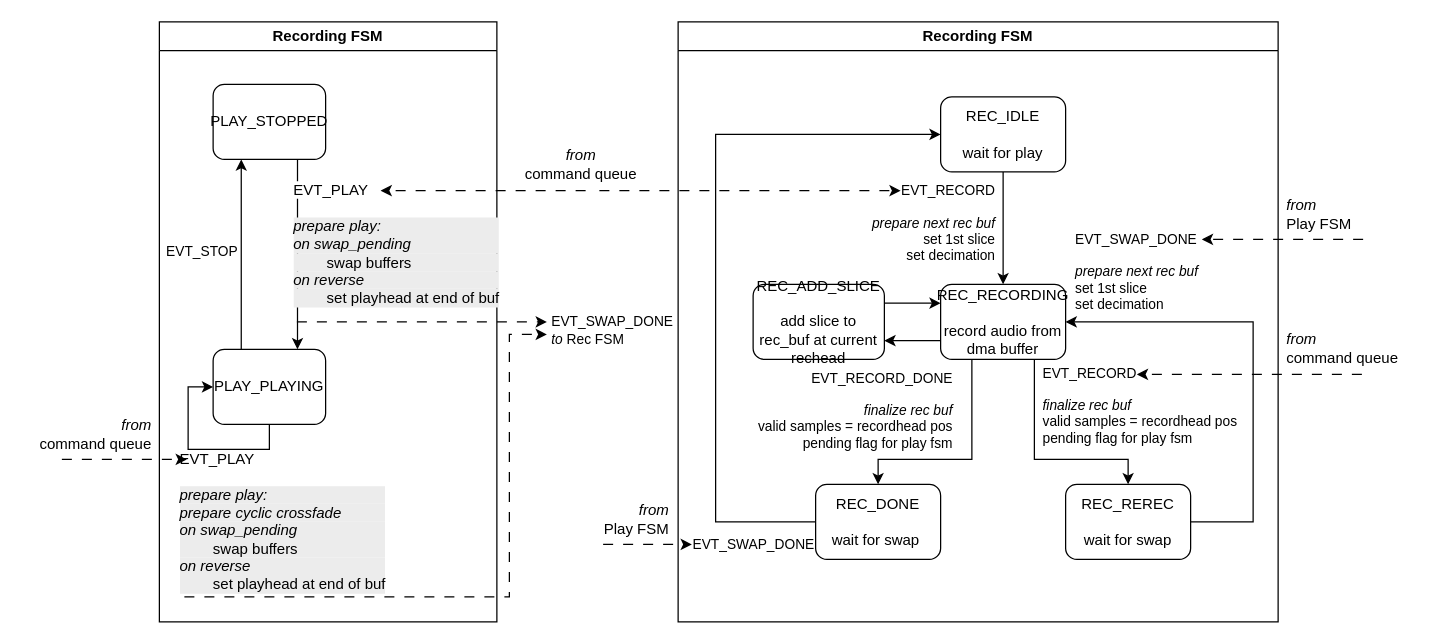
95lux/aware01 keeps this draw.io diagram as docs/ba/diagrams/tape_player_fsm.drawio. Above is the earlier version. Source tidied: cells renumbered, new cells numbered last; positions are measured from the earlier drawing's top-left corner, leaving out a move shared by most shapes. Both pictures are drawn from the tidied source at 125%, with x=0, y=0 at pixel (21, 21).
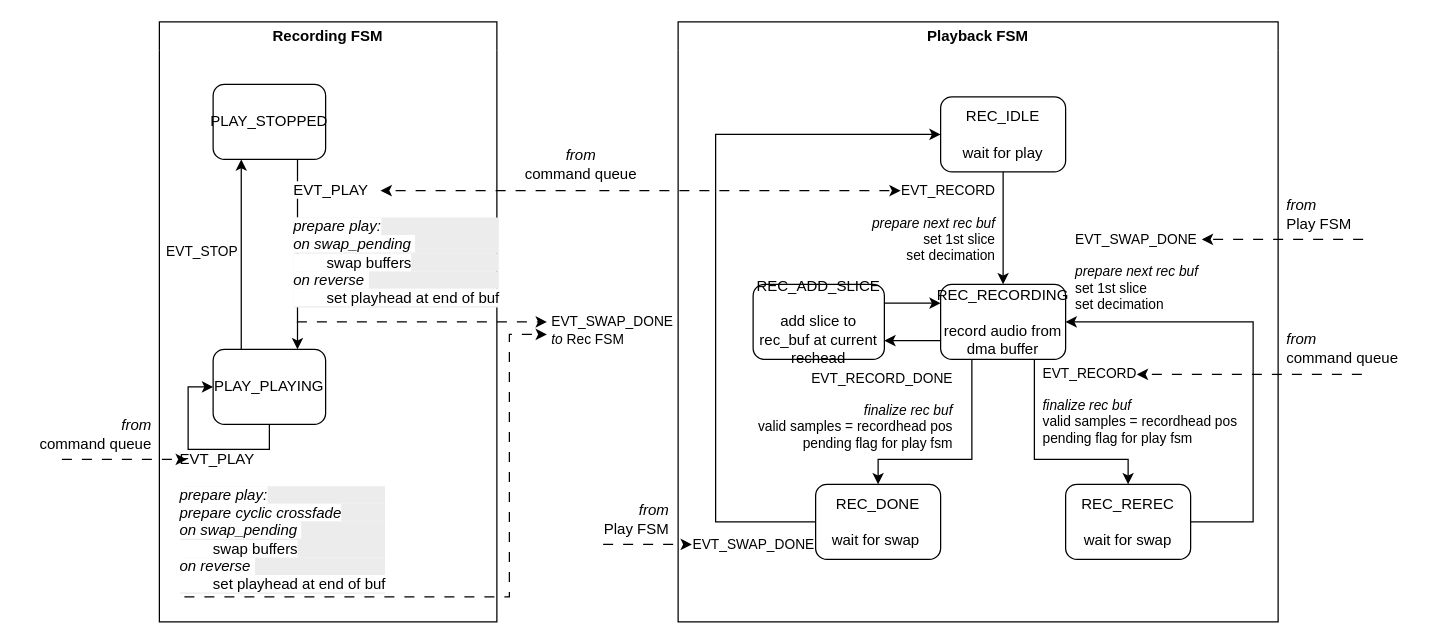
The same diagram, later.

What changed in the source:
```diff
@@
-    <mxCell id="21" value="Recording FSM" style="swimlane;whiteSpace=wrap;html=1;fontFamily=Latin Modern;" parent="1" vertex="1">
+    <mxCell id="21" value="Recording FSM" style="swimlane;whiteSpace=wrap;html=1;fontFamily=Latin Modern;swimlaneLine=0;" parent="1" vertex="1">
       <mxGeometry x="110" width="270" height="480" as="geometry" />
     </mxCell>
@@
-    <mxCell id="31" value="&lt;div style=&quot;text-align: left;&quot;&gt;&lt;span style=&quot;background-color: rgb(255, 255, 255); color: light-dark(rgb(0, 0, 0), rgb(255, 255, 255));&quot;&gt;EVT_PLAY&lt;/span&gt;&lt;/div&gt;&lt;div style=&quot;text-align: left;&quot;&gt;&lt;br&gt;&lt;/div&gt;&lt;div&gt;&lt;div style=&quot;text-align: left; background-color: rgb(236, 236, 236);&quot;&gt;&lt;i&gt;prepare play:&lt;/i&gt;&lt;/div&gt;&lt;div style=&quot;text-align: left; background-color: rgb(236, 236, 236);&quot;&gt;&lt;i&gt;on swap_pending&amp;nbsp;&lt;/i&gt;&lt;/div&gt;&lt;div style=&quot;text-align: left; background-color: rgb(236, 236, 236);&quot;&gt;&lt;span style=&quot;background-color: transparent; color: light-dark(rgb(0, 0, 0), rgb(255, 255, 255));&quot;&gt;&lt;span style=&quot;white-space: pre;&quot;&gt;&#9;&lt;/span&gt;swap buffers&lt;/span&gt;&lt;/div&gt;&lt;div style=&quot;text-align: left; background-color: rgb(236, 236, 236);&quot;&gt;&lt;span style=&quot;background-color: transparent; color: light-dark(rgb(0, 0, 0), rgb(255, 255, 255));&quot;&gt;&lt;i&gt;on reverse&amp;nbsp;&lt;/i&gt;&lt;/span&gt;&lt;/div&gt;&lt;div style=&quot;text-align: left; background-color: rgb(236, 236, 236);&quot;&gt;&lt;span style=&quot;background-color: transparent; color: light-dark(rgb(0, 0, 0), rgb(255, 255, 255));&quot;&gt;&lt;span style=&quot;white-space: pre;&quot;&gt;&#9;&lt;/span&gt;set playhead at end of buf&lt;/span&gt;&lt;/div&gt;&lt;/div&gt;&lt;div&gt;&lt;span style=&quot;background-color: transparent; color: light-dark(rgb(0, 0, 0), rgb(255, 255, 255));&quot;&gt;&lt;br&gt;&lt;/span&gt;&lt;/div&gt;" style="rounded=0;whiteSpace=wrap;html=1;fillColor=none;strokeColor=none;fontFamily=Latin Modern;" parent="21" vertex="1">
+    <mxCell id="31" value="&lt;div style=&quot;text-align: left;&quot;&gt;&lt;span style=&quot;color: light-dark(rgb(0, 0, 0), rgb(255, 255, 255)); background-color: light-dark(#ffffff, var(--ge-dark-color, #121212));&quot;&gt;EVT_PLAY&lt;/span&gt;&lt;/div&gt;&lt;div style=&quot;text-align: left;&quot;&gt;&lt;span style=&quot;background-color: light-dark(#ffffff, var(--ge-dark-color, #121212));&quot;&gt;&lt;br&gt;&lt;/span&gt;&lt;/div&gt;&lt;div&gt;&lt;div style=&quot;text-align: left; background-color: rgb(236, 236, 236);&quot;&gt;&lt;i style=&quot;background-color: light-dark(#ffffff, var(--ge-dark-color, #121212));&quot;&gt;prepare play:&lt;/i&gt;&lt;/div&gt;&lt;div style=&quot;text-align: left; background-color: rgb(236, 236, 236);&quot;&gt;&lt;i style=&quot;background-color: light-dark(#ffffff, var(--ge-dark-color, #121212));&quot;&gt;on swap_pending&amp;nbsp;&lt;/i&gt;&lt;/div&gt;&lt;div style=&quot;text-align: left; background-color: rgb(236, 236, 236);&quot;&gt;&lt;span style=&quot;color: light-dark(rgb(0, 0, 0), rgb(255, 255, 255)); background-color: light-dark(#ffffff, var(--ge-dark-color, #121212));&quot;&gt;&lt;span style=&quot;white-space: pre;&quot;&gt;&#9;&lt;/span&gt;swap buffers&lt;/span&gt;&lt;/div&gt;&lt;div style=&quot;text-align: left; background-color: rgb(236, 236, 236);&quot;&gt;&lt;span style=&quot;color: light-dark(rgb(0, 0, 0), rgb(255, 255, 255)); background-color: light-dark(#ffffff, var(--ge-dark-color, #121212));&quot;&gt;&lt;i&gt;on reverse&amp;nbsp;&lt;/i&gt;&lt;/span&gt;&lt;/div&gt;&lt;div style=&quot;text-align: left; background-color: rgb(236, 236, 236);&quot;&gt;&lt;span style=&quot;color: light-dark(rgb(0, 0, 0), rgb(255, 255, 255)); background-color: light-dark(#ffffff, var(--ge-dark-color, #121212));&quot;&gt;&lt;span style=&quot;white-space: pre;&quot;&gt;&#9;&lt;/span&gt;set playhead at end of buf&lt;/span&gt;&lt;/div&gt;&lt;/div&gt;&lt;div&gt;&lt;span style=&quot;background-color: transparent; color: light-dark(rgb(0, 0, 0), rgb(255, 255, 255));&quot;&gt;&lt;br&gt;&lt;/span&gt;&lt;/div&gt;" style="rounded=0;whiteSpace=wrap;html=1;fillColor=none;strokeColor=none;fontFamily=Latin Modern;" parent="21" vertex="1">
       <mxGeometry x="105" y="105" width="170" height="160" as="geometry" />
     </mxCell>
-    <mxCell id="32" value="&lt;div style=&quot;text-align: left;&quot;&gt;&lt;span style=&quot;background-color: rgb(255, 255, 255); color: light-dark(rgb(0, 0, 0), rgb(255, 255, 255));&quot;&gt;EVT_PLAY&lt;/span&gt;&lt;/div&gt;&lt;div style=&quot;text-align: left;&quot;&gt;&lt;br&gt;&lt;/div&gt;&lt;div&gt;&lt;div style=&quot;text-align: left; background-color: rgb(236, 236, 236);&quot;&gt;&lt;i&gt;prepare play:&lt;/i&gt;&lt;/div&gt;&lt;div style=&quot;text-align: left; background-color: rgb(236, 236, 236);&quot;&gt;&lt;i&gt;prepare cyclic crossfade&lt;/i&gt;&lt;/div&gt;&lt;div style=&quot;text-align: left; background-color: rgb(236, 236, 236);&quot;&gt;&lt;i&gt;on swap_pending&amp;nbsp;&lt;/i&gt;&lt;/div&gt;&lt;div style=&quot;text-align: left; background-color: rgb(236, 236, 236);&quot;&gt;&lt;span style=&quot;background-color: transparent; color: light-dark(rgb(0, 0, 0), rgb(255, 255, 255));&quot;&gt;&lt;span style=&quot;white-space: pre;&quot;&gt;&#9;&lt;/span&gt;swap buffers&lt;/span&gt;&lt;/div&gt;&lt;div style=&quot;text-align: left; background-color: rgb(236, 236, 236);&quot;&gt;&lt;span style=&quot;background-color: transparent; color: light-dark(rgb(0, 0, 0), rgb(255, 255, 255));&quot;&gt;&lt;i&gt;on reverse&amp;nbsp;&lt;/i&gt;&lt;/span&gt;&lt;/div&gt;&lt;div style=&quot;text-align: left; background-color: rgb(236, 236, 236);&quot;&gt;&lt;span style=&quot;background-color: transparent; color: light-dark(rgb(0, 0, 0), rgb(255, 255, 255));&quot;&gt;&lt;span style=&quot;white-space: pre;&quot;&gt;&#9;&lt;/span&gt;set playhead at end of buf&lt;/span&gt;&lt;/div&gt;&lt;/div&gt;&lt;div&gt;&lt;span style=&quot;background-color: transparent; color: light-dark(rgb(0, 0, 0), rgb(255, 255, 255));&quot;&gt;&lt;br&gt;&lt;/span&gt;&lt;/div&gt;" style="rounded=0;whiteSpace=wrap;html=1;fillColor=none;strokeColor=none;fontFamily=Latin Modern;" parent="21" vertex="1">
+    <mxCell id="32" value="&lt;div style=&quot;text-align: left;&quot;&gt;&lt;span style=&quot;color: light-dark(rgb(0, 0, 0), rgb(255, 255, 255)); background-color: light-dark(#ffffff, var(--ge-dark-color, #121212));&quot;&gt;EVT_PLAY&lt;/span&gt;&lt;/div&gt;&lt;div style=&quot;text-align: left;&quot;&gt;&lt;span style=&quot;background-color: light-dark(#ffffff, var(--ge-dark-color, #121212));&quot;&gt;&lt;br&gt;&lt;/span&gt;&lt;/div&gt;&lt;div&gt;&lt;div style=&quot;text-align: left; background-color: rgb(236, 236, 236);&quot;&gt;&lt;i style=&quot;background-color: light-dark(#ffffff, var(--ge-dark-color, #121212));&quot;&gt;prepare play:&lt;/i&gt;&lt;/div&gt;&lt;div style=&quot;text-align: left; background-color: rgb(236, 236, 236);&quot;&gt;&lt;i style=&quot;background-color: light-dark(#ffffff, var(--ge-dark-color, #121212));&quot;&gt;prepare cyclic crossfade&lt;/i&gt;&lt;/div&gt;&lt;div style=&quot;text-align: left; background-color: rgb(236, 236, 236);&quot;&gt;&lt;i style=&quot;background-color: light-dark(#ffffff, var(--ge-dark-color, #121212));&quot;&gt;on swap_pending&amp;nbsp;&lt;/i&gt;&lt;/div&gt;&lt;div style=&quot;text-align: left; background-color: rgb(236, 236, 236);&quot;&gt;&lt;span style=&quot;color: light-dark(rgb(0, 0, 0), rgb(255, 255, 255)); background-color: light-dark(#ffffff, var(--ge-dark-color, #121212));&quot;&gt;&lt;span style=&quot;white-space: pre;&quot;&gt;&#9;&lt;/span&gt;swap buffers&lt;/span&gt;&lt;/div&gt;&lt;div style=&quot;text-align: left; background-color: rgb(236, 236, 236);&quot;&gt;&lt;span style=&quot;color: light-dark(rgb(0, 0, 0), rgb(255, 255, 255)); background-color: light-dark(#ffffff, var(--ge-dark-color, #121212));&quot;&gt;&lt;i&gt;on reverse&amp;nbsp;&lt;/i&gt;&lt;/span&gt;&lt;/div&gt;&lt;div style=&quot;text-align: left; background-color: rgb(236, 236, 236);&quot;&gt;&lt;span style=&quot;color: light-dark(rgb(0, 0, 0), rgb(255, 255, 255)); background-color: light-dark(#ffffff, var(--ge-dark-color, #121212));&quot;&gt;&lt;span style=&quot;white-space: pre;&quot;&gt;&#9;&lt;/span&gt;set playhead at end of buf&lt;/span&gt;&lt;/div&gt;&lt;/div&gt;&lt;div&gt;&lt;span style=&quot;background-color: transparent; color: light-dark(rgb(0, 0, 0), rgb(255, 255, 255));&quot;&gt;&lt;br&gt;&lt;/span&gt;&lt;/div&gt;" style="rounded=0;whiteSpace=wrap;html=1;fillColor=none;strokeColor=none;fontFamily=Latin Modern;" parent="21" vertex="1">
       <mxGeometry x="14" y="362" width="170" height="90" as="geometry" />
     </mxCell>
-    <mxCell id="33" value="Recording FSM" style="swimlane;whiteSpace=wrap;html=1;fontFamily=Latin Modern;" parent="1" vertex="1">
+    <mxCell id="33" value="Playback FSM" style="swimlane;whiteSpace=wrap;html=1;fontFamily=Latin Modern;swimlaneLine=0;" parent="1" vertex="1">
       <mxGeometry x="525" width="480" height="480" as="geometry" />
     </mxCell>
```
